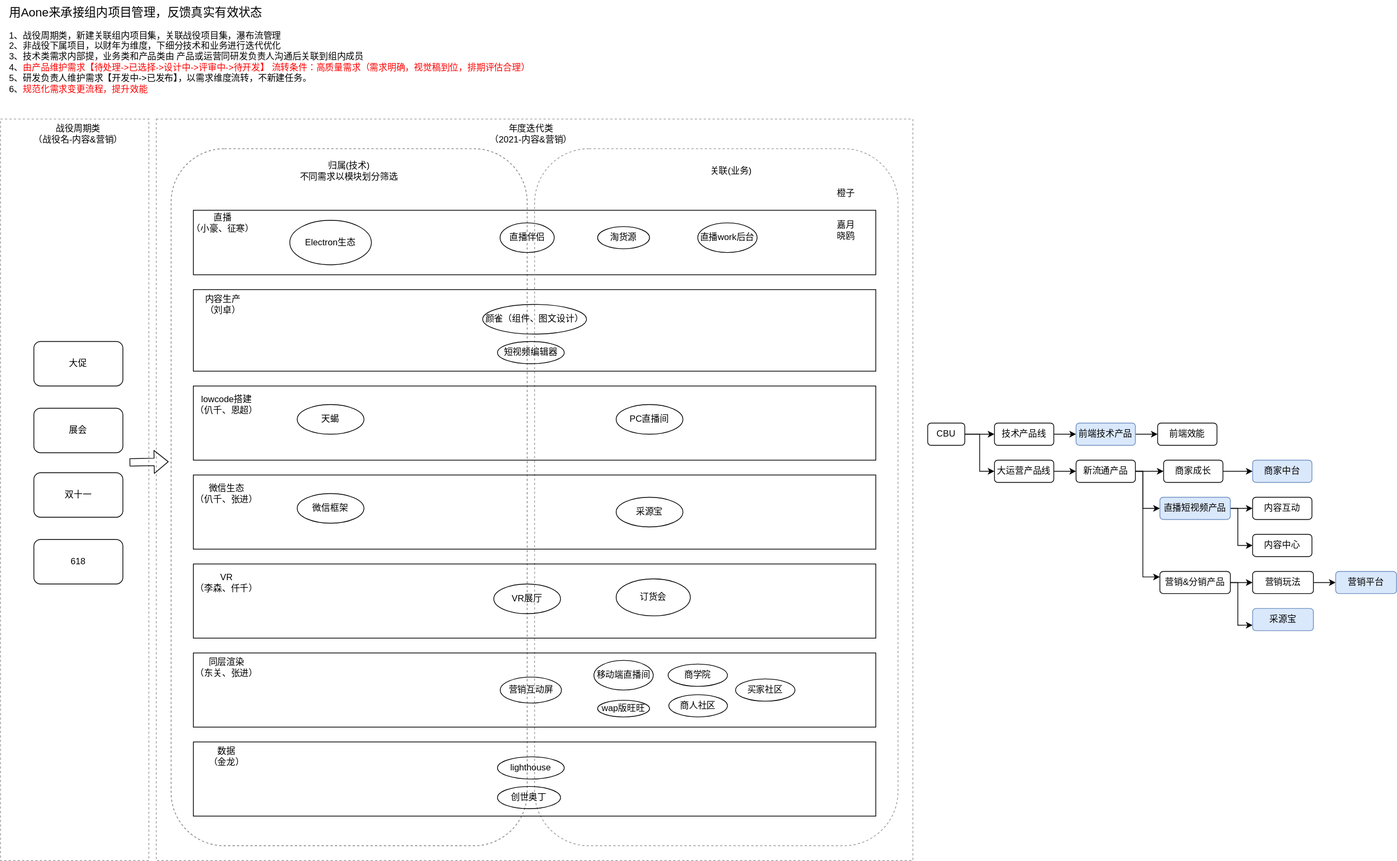
git-zhanglei/gitskills keeps this draw.io diagram as project.svg. Above is the earlier version. Source tidied: cells renumbered, new cells last; positions are measured from the earlier drawing's top-left corner, leaving out a move shared by most shapes.
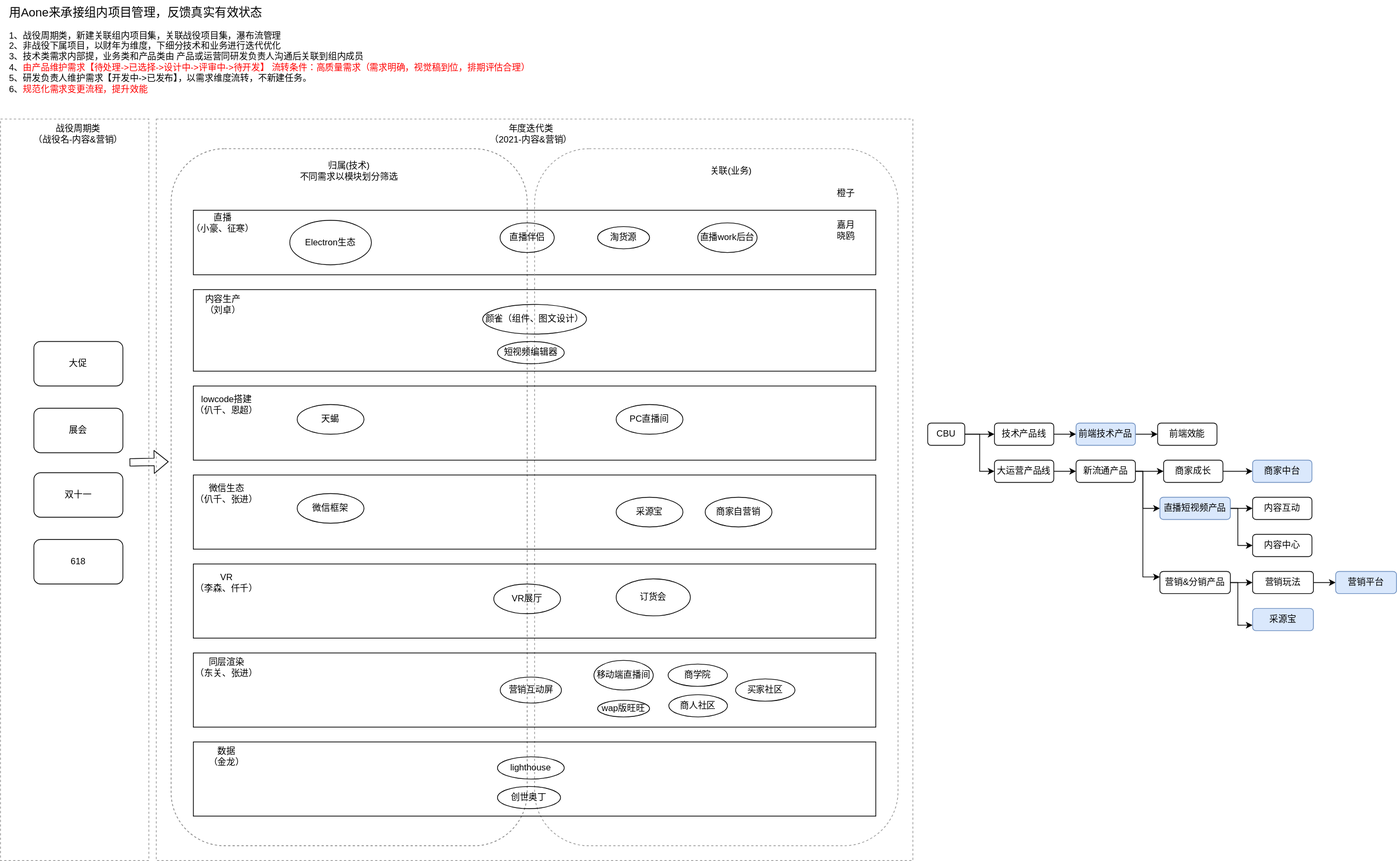
After the change.

The edit, as a diff of the source:
```diff
@@ -264,5 +264,8 @@
     <mxCell id="80" value="采源宝" style="rounded=1;whiteSpace=wrap;html=1;shadow=0;strokeColor=#6c8ebf;fillColor=#dae8fc;align=center;" parent="1" vertex="1">
       <mxGeometry x="1688" y="820" width="82" height="30" as="geometry" />
     </mxCell>
+    <mxCell id="81" value="商家自营销" style="ellipse;whiteSpace=wrap;html=1;fillColor=none;" parent="1" vertex="1">
+      <mxGeometry x="950" y="670" width="90" height="40" as="geometry" />
+    </mxCell>
   </root>
 </mxGraphModel>
```
